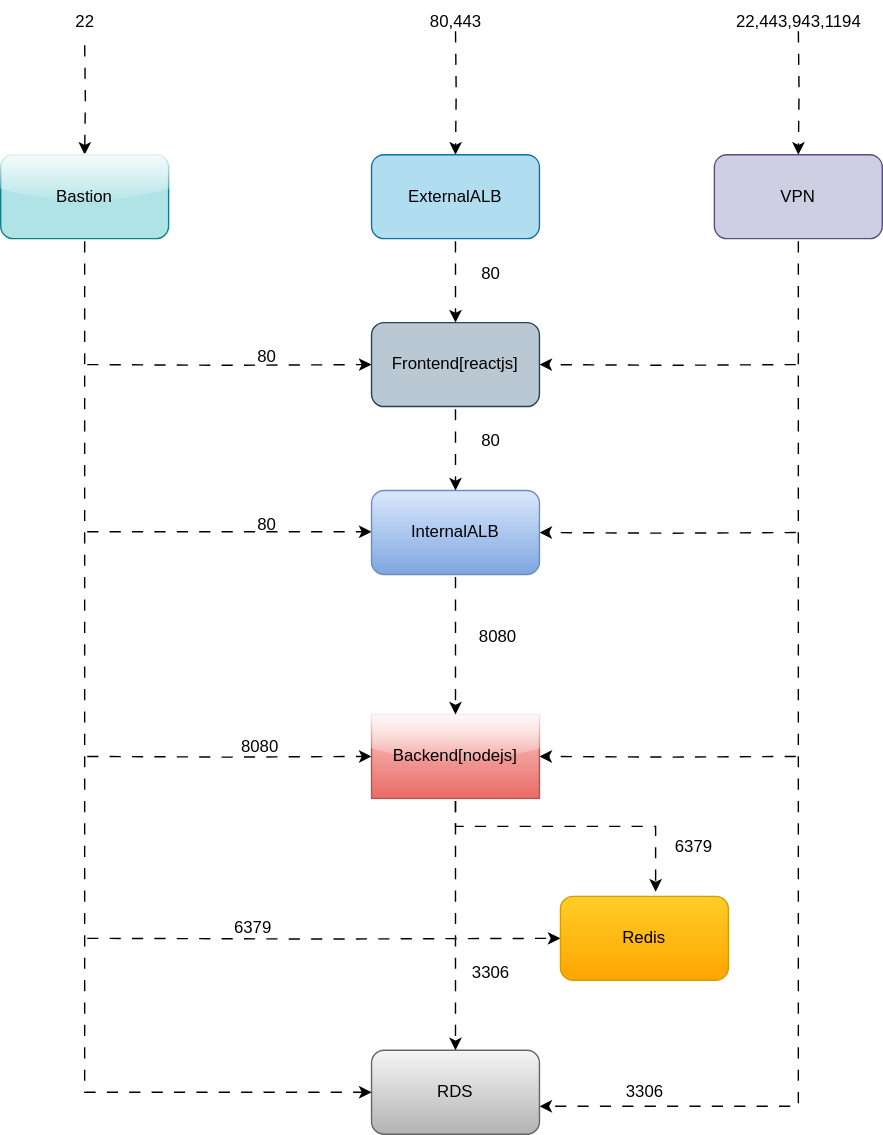
konka-devops-lab/aws-3tier-infra keeps this draw.io diagram as diagrams/sg-rules.drawio.svg. Above is the earlier version. Source tidied: cells renumbered, new cells last; positions are measured from the earlier drawing's top-left corner, leaving out a move shared by most shapes. Its diagram source:
```xml
<mxGraphModel>
  <root>
    <mxCell id="0" />
    <mxCell id="1" parent="0" />
    <mxCell id="2" style="edgeStyle=orthogonalEdgeStyle;rounded=0;jettySize=auto;html=1;exitX=0.5;exitY=1;exitDx=0;exitDy=0;flowAnimation=1;" parent="1" edge="1" source="31" target="3">
      <mxGeometry relative="1" as="geometry">
        <Array as="points">
          <mxPoint x="570" y="790" />
        </Array>
      </mxGeometry>
    </mxCell>
    <mxCell id="3" value="RDS" style="rounded=1;whiteSpace=wrap;html=1;fillColor=#f5f5f5;gradientColor=#b3b3b3;strokeColor=#666666;" parent="1" vertex="1">
      <mxGeometry x="265" y="750" width="120" height="60" as="geometry" />
    </mxCell>
    <mxCell id="4" style="edgeStyle=orthogonalEdgeStyle;rounded=0;jettySize=auto;html=1;flowAnimation=1;" parent="1" edge="1" target="5">
      <mxGeometry relative="1" as="geometry">
        <mxPoint x="60" y="670" as="sourcePoint" />
      </mxGeometry>
    </mxCell>
    <mxCell id="5" value="Redis" style="rounded=1;whiteSpace=wrap;html=1;fillColor=#ffcd28;gradientColor=#ffa500;strokeColor=#d79b00;" parent="1" vertex="1">
      <mxGeometry x="400" y="640" width="120" height="60" as="geometry" />
    </mxCell>
    <mxCell id="6" style="edgeStyle=orthogonalEdgeStyle;rounded=0;jettySize=auto;html=1;entryX=0.5;entryY=0;entryDx=0;entryDy=0;flowAnimation=1;" parent="1" edge="1" source="9" target="3">
      <mxGeometry relative="1" as="geometry" />
    </mxCell>
    <mxCell id="7" style="edgeStyle=orthogonalEdgeStyle;rounded=0;jettySize=auto;html=1;flowAnimation=1;" parent="1" edge="1" target="9">
      <mxGeometry relative="1" as="geometry">
        <mxPoint x="60" y="540" as="sourcePoint" />
      </mxGeometry>
    </mxCell>
    <mxCell id="8" style="edgeStyle=orthogonalEdgeStyle;rounded=0;jettySize=auto;html=1;flowAnimation=1;" parent="1" edge="1" target="9">
      <mxGeometry relative="1" as="geometry">
        <mxPoint x="570" y="540" as="sourcePoint" />
      </mxGeometry>
    </mxCell>
    <mxCell id="9" value="Backend[nodejs]" style="rounded=0;whiteSpace=wrap;html=1;fillColor=#f8cecc;glass=1;gradientColor=#ea6b66;strokeColor=#b85450;" parent="1" vertex="1">
      <mxGeometry x="265" y="510" width="120" height="60" as="geometry" />
    </mxCell>
    <mxCell id="10" style="edgeStyle=orthogonalEdgeStyle;rounded=0;jettySize=auto;html=1;entryX=0.5;entryY=0;entryDx=0;entryDy=0;flowAnimation=1;" parent="1" edge="1" source="13" target="9">
      <mxGeometry relative="1" as="geometry" />
    </mxCell>
    <mxCell id="11" style="edgeStyle=orthogonalEdgeStyle;rounded=0;orthogonalLoop=1;jettySize=auto;html=1;flowAnimation=1;" parent="1" edge="1">
      <mxGeometry relative="1" as="geometry">
        <mxPoint x="60" y="379.5" as="sourcePoint" />
        <mxPoint x="265" y="379.5" as="targetPoint" />
      </mxGeometry>
    </mxCell>
    <mxCell id="12" style="edgeStyle=orthogonalEdgeStyle;rounded=0;jettySize=auto;html=1;flowAnimation=1;" parent="1" edge="1" target="13">
      <mxGeometry relative="1" as="geometry">
        <mxPoint x="570" y="380" as="sourcePoint" />
      </mxGeometry>
    </mxCell>
    <mxCell id="13" value="InternalALB" style="rounded=1;whiteSpace=wrap;html=1;fillColor=#dae8fc;gradientColor=#7ea6e0;strokeColor=#6c8ebf;" parent="1" vertex="1">
      <mxGeometry x="265" y="350" width="120" height="60" as="geometry" />
    </mxCell>
    <mxCell id="14" style="edgeStyle=orthogonalEdgeStyle;rounded=0;jettySize=auto;html=1;entryX=0.5;entryY=0;entryDx=0;entryDy=0;flowAnimation=1;" parent="1" edge="1" source="16" target="20">
      <mxGeometry relative="1" as="geometry" />
    </mxCell>
    <mxCell id="15" style="edgeStyle=orthogonalEdgeStyle;rounded=0;jettySize=auto;html=1;flowAnimation=1;" parent="1" edge="1" target="16">
      <mxGeometry relative="1" as="geometry">
        <mxPoint x="325" y="20" as="sourcePoint" />
      </mxGeometry>
    </mxCell>
    <mxCell id="16" value="ExternalALB" style="rounded=1;whiteSpace=wrap;html=1;fillColor=#b1ddf0;shadow=0;glass=0;strokeColor=#10739e;" parent="1" vertex="1">
      <mxGeometry x="265" y="110" width="120" height="60" as="geometry" />
    </mxCell>
    <mxCell id="17" style="edgeStyle=orthogonalEdgeStyle;rounded=0;jettySize=auto;html=1;entryX=0.5;entryY=0;entryDx=0;entryDy=0;flowAnimation=1;" parent="1" edge="1" source="20" target="13">
      <mxGeometry relative="1" as="geometry" />
    </mxCell>
    <mxCell id="18" style="edgeStyle=orthogonalEdgeStyle;rounded=0;jettySize=auto;html=1;flowAnimation=1;" parent="1" edge="1" target="20">
      <mxGeometry relative="1" as="geometry">
        <mxPoint x="60" y="260" as="sourcePoint" />
      </mxGeometry>
    </mxCell>
    <mxCell id="19" style="edgeStyle=orthogonalEdgeStyle;rounded=0;jettySize=auto;html=1;flowAnimation=1;" parent="1" edge="1" target="20">
      <mxGeometry relative="1" as="geometry">
        <mxPoint x="570" y="260" as="sourcePoint" />
      </mxGeometry>
    </mxCell>
    <mxCell id="20" value="Frontend[reactjs]" style="rounded=1;whiteSpace=wrap;html=1;fillColor=#bac8d3;strokeColor=#23445d;" parent="1" vertex="1">
      <mxGeometry x="265" y="230" width="120" height="60" as="geometry" />
    </mxCell>
    <mxCell id="21" value="80" style="text;html=1;align=center;verticalAlign=middle;strokeColor=none;fillColor=none;" parent="1" vertex="1">
      <mxGeometry x="330" y="180" width="40" height="30" as="geometry" />
    </mxCell>
    <mxCell id="22" value="80" style="text;html=1;align=center;verticalAlign=middle;strokeColor=none;fillColor=none;" parent="1" vertex="1">
      <mxGeometry x="330" y="300" width="40" height="30" as="geometry" />
    </mxCell>
    <mxCell id="23" value="8080" style="text;html=1;align=center;verticalAlign=middle;strokeColor=none;fillColor=none;" parent="1" vertex="1">
      <mxGeometry x="330" y="440" width="50" height="30" as="geometry" />
    </mxCell>
    <mxCell id="24" style="edgeStyle=orthogonalEdgeStyle;rounded=0;jettySize=auto;html=1;entryX=0.567;entryY=-0.056;entryDx=0;entryDy=0;entryPerimeter=0;flowAnimation=1;" parent="1" edge="1" source="9" target="5">
      <mxGeometry relative="1" as="geometry">
        <Array as="points">
          <mxPoint x="325" y="590" />
          <mxPoint x="468" y="590" />
        </Array>
      </mxGeometry>
    </mxCell>
    <mxCell id="25" value="6379" style="text;html=1;align=center;verticalAlign=middle;strokeColor=none;fillColor=none;" parent="1" vertex="1">
      <mxGeometry x="470" y="590" width="50" height="30" as="geometry" />
    </mxCell>
    <mxCell id="26" value="3306" style="text;html=1;align=center;verticalAlign=middle;strokeColor=none;fillColor=none;" parent="1" vertex="1">
      <mxGeometry x="325" y="680" width="50" height="30" as="geometry" />
    </mxCell>
    <mxCell id="27" style="edgeStyle=orthogonalEdgeStyle;rounded=0;jettySize=auto;html=1;flowAnimation=1;" parent="1" edge="1" target="29">
      <mxGeometry relative="1" as="geometry">
        <mxPoint x="60" y="30" as="sourcePoint" />
      </mxGeometry>
    </mxCell>
    <mxCell id="28" style="edgeStyle=orthogonalEdgeStyle;rounded=0;jettySize=auto;html=1;entryX=0;entryY=0.5;entryDx=0;entryDy=0;flowAnimation=1;" parent="1" edge="1" source="29" target="3">
      <mxGeometry relative="1" as="geometry">
        <Array as="points">
          <mxPoint x="60" y="780" />
        </Array>
      </mxGeometry>
    </mxCell>
    <mxCell id="29" value="Bastion" style="rounded=1;whiteSpace=wrap;html=1;fillColor=#b0e3e6;glass=1;strokeColor=#0e8088;" parent="1" vertex="1">
      <mxGeometry y="110" width="120" height="60" as="geometry" />
    </mxCell>
    <mxCell id="30" style="edgeStyle=orthogonalEdgeStyle;rounded=0;jettySize=auto;html=1;flowAnimation=1;" parent="1" edge="1" target="31">
      <mxGeometry relative="1" as="geometry">
        <mxPoint x="570" y="20" as="sourcePoint" />
      </mxGeometry>
    </mxCell>
    <mxCell id="31" value="VPN" style="rounded=1;whiteSpace=wrap;html=1;fillColor=#d0cee2;strokeColor=#56517e;" parent="1" vertex="1">
      <mxGeometry x="510" y="110" width="120" height="60" as="geometry" />
    </mxCell>
    <mxCell id="32" value="80" style="text;html=1;align=center;verticalAlign=middle;strokeColor=none;fillColor=none;" parent="1" vertex="1">
      <mxGeometry x="170" y="240" width="40" height="30" as="geometry" />
    </mxCell>
    <mxCell id="33" value="80" style="text;html=1;align=center;verticalAlign=middle;strokeColor=none;fillColor=none;" parent="1" vertex="1">
      <mxGeometry x="170" y="360" width="40" height="30" as="geometry" />
    </mxCell>
    <mxCell id="34" value="8080" style="text;html=1;align=center;verticalAlign=middle;strokeColor=none;fillColor=none;" parent="1" vertex="1">
      <mxGeometry x="160" y="518" width="50" height="30" as="geometry" />
    </mxCell>
    <mxCell id="35" value="6379" style="text;html=1;align=center;verticalAlign=middle;strokeColor=none;fillColor=none;" parent="1" vertex="1">
      <mxGeometry x="155" y="648" width="50" height="30" as="geometry" />
    </mxCell>
    <mxCell id="36" value="22" style="text;html=1;align=center;verticalAlign=middle;strokeColor=none;fillColor=none;" parent="1" vertex="1">
      <mxGeometry x="40" width="40" height="30" as="geometry" />
    </mxCell>
    <mxCell id="37" value="22,443,943,1194" style="text;html=1;align=center;verticalAlign=middle;strokeColor=none;fillColor=none;" parent="1" vertex="1">
      <mxGeometry x="515" width="110" height="30" as="geometry" />
    </mxCell>
    <mxCell id="38" value="3306" style="text;html=1;align=center;verticalAlign=middle;strokeColor=none;fillColor=none;" parent="1" vertex="1">
      <mxGeometry x="435" y="765" width="50" height="30" as="geometry" />
    </mxCell>
    <mxCell id="39" value="80,443" style="text;html=1;align=center;verticalAlign=middle;strokeColor=none;fillColor=none;" parent="1" vertex="1">
      <mxGeometry x="295" width="60" height="30" as="geometry" />
    </mxCell>
  </root>
</mxGraphModel>
```
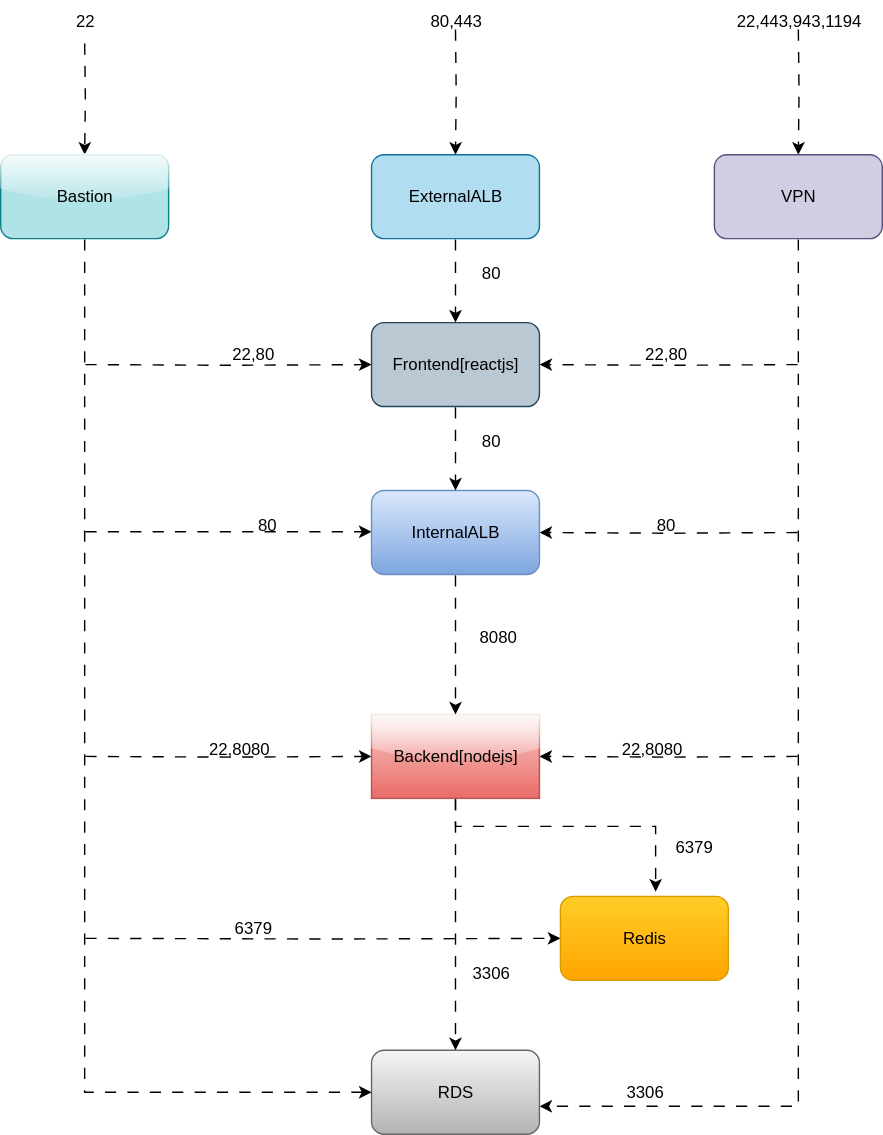
Later version of the same file.

The edit, as a diff of the source:
```diff
@@ -126,15 +126,9 @@
     <mxCell id="31" value="VPN" style="rounded=1;whiteSpace=wrap;html=1;fillColor=#d0cee2;strokeColor=#56517e;" parent="1" vertex="1">
       <mxGeometry x="510" y="110" width="120" height="60" as="geometry" />
     </mxCell>
-    <mxCell id="32" value="80" style="text;html=1;align=center;verticalAlign=middle;strokeColor=none;fillColor=none;" parent="1" vertex="1">
-      <mxGeometry x="170" y="240" width="40" height="30" as="geometry" />
-    </mxCell>
     <mxCell id="33" value="80" style="text;html=1;align=center;verticalAlign=middle;strokeColor=none;fillColor=none;" parent="1" vertex="1">
       <mxGeometry x="170" y="360" width="40" height="30" as="geometry" />
     </mxCell>
-    <mxCell id="34" value="8080" style="text;html=1;align=center;verticalAlign=middle;strokeColor=none;fillColor=none;" parent="1" vertex="1">
-      <mxGeometry x="160" y="518" width="50" height="30" as="geometry" />
-    </mxCell>
     <mxCell id="35" value="6379" style="text;html=1;align=center;verticalAlign=middle;strokeColor=none;fillColor=none;" parent="1" vertex="1">
       <mxGeometry x="155" y="648" width="50" height="30" as="geometry" />
     </mxCell>
@@ -150,5 +144,20 @@
     <mxCell id="39" value="80,443" style="text;html=1;align=center;verticalAlign=middle;strokeColor=none;fillColor=none;" parent="1" vertex="1">
       <mxGeometry x="295" width="60" height="30" as="geometry" />
     </mxCell>
+    <mxCell id="40" value="22,80" style="text;html=1;align=center;verticalAlign=middle;strokeColor=none;fillColor=none;" parent="1" vertex="1">
+      <mxGeometry x="155" y="238" width="50" height="30" as="geometry" />
+    </mxCell>
+    <mxCell id="41" value="22,80" style="text;html=1;align=center;verticalAlign=middle;strokeColor=none;fillColor=none;" parent="1" vertex="1">
+      <mxGeometry x="450" y="238" width="50" height="30" as="geometry" />
+    </mxCell>
+    <mxCell id="32" value="80" style="text;html=1;align=center;verticalAlign=middle;strokeColor=none;fillColor=none;" parent="1" vertex="1">
+      <mxGeometry x="455" y="360" width="40" height="30" as="geometry" />
+    </mxCell>
+    <mxCell id="42" value="22,8080" style="text;html=1;align=center;verticalAlign=middle;strokeColor=none;fillColor=none;" parent="1" vertex="1">
+      <mxGeometry x="135" y="520" width="70" height="30" as="geometry" />
+    </mxCell>
+    <mxCell id="43" value="22,8080" style="text;html=1;align=center;verticalAlign=middle;strokeColor=none;fillColor=none;" parent="1" vertex="1">
+      <mxGeometry x="430" y="520" width="70" height="30" as="geometry" />
+    </mxCell>
   </root>
 </mxGraphModel>
```
